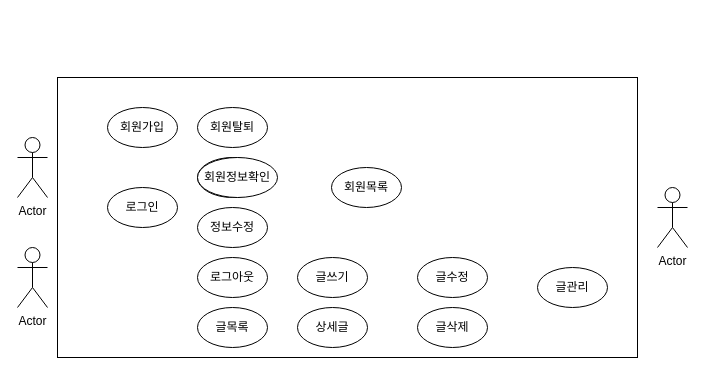
This is usecase diagram.drawio from NAMSONGYOON/html5, a draw.io file, before an edit. Source tidied: cells renumbered, new cells numbered last; positions are measured from the earlier drawing's top-left corner, leaving out a move shared by most shapes. Both pictures are drawn from the tidied source at 100%, with x=0, y=0 at pixel (17, 77).
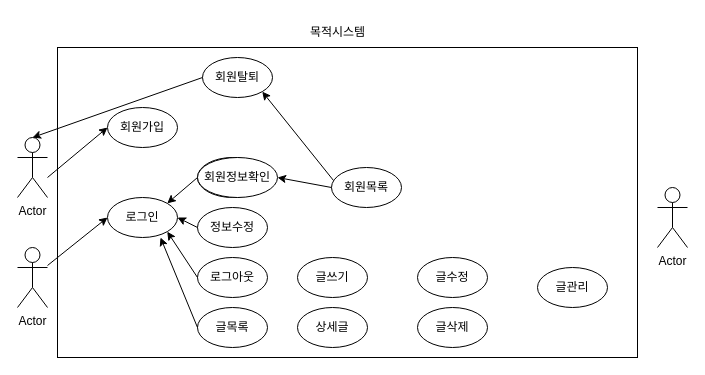
The same page after the edit.

Unchanged cells that the change refers to:
```xml
<mxCell id="2" value="Actor" style="shape=umlActor;verticalLabelPosition=bottom;verticalAlign=top;html=1;outlineConnect=0;" parent="1" vertex="1">
  <mxGeometry y="60" width="30" height="60" as="geometry" />
</mxCell>
<mxCell id="3" value="Actor" style="shape=umlActor;verticalLabelPosition=bottom;verticalAlign=top;html=1;outlineConnect=0;" parent="1" vertex="1">
  <mxGeometry y="170" width="30" height="60" as="geometry" />
</mxCell>
<mxCell id="11" value="회원정보확인" style="ellipse;whiteSpace=wrap;html=1;" parent="1" vertex="1">
  <mxGeometry x="180" y="80" width="80" height="40" as="geometry" />
</mxCell>
<mxCell id="19" value="회원목록" style="ellipse;whiteSpace=wrap;html=1;" parent="1" vertex="1">
  <mxGeometry x="314" y="90" width="70" height="40" as="geometry" />
</mxCell>
```

What changed in the source:
```diff
@@
     <mxCell id="5" style="rounded=0;whiteSpace=wrap;html=1;" parent="1" vertex="1">
-      <mxGeometry x="40" width="580" height="280" as="geometry" />
+      <mxGeometry x="40" y="-30" width="580" height="310" as="geometry" />
     </mxCell>
@@
     <mxCell id="7" value="로그인" style="ellipse;whiteSpace=wrap;html=1;" parent="1" vertex="1">
-      <mxGeometry x="90" y="110" width="70" height="40" as="geometry" />
+      <mxGeometry x="90" y="120" width="70" height="40" as="geometry" />
     </mxCell>
     <mxCell id="8" value="회원탈퇴" style="ellipse;whiteSpace=wrap;html=1;" parent="1" vertex="1">
-      <mxGeometry x="180" y="30" width="70" height="40" as="geometry" />
+      <mxGeometry x="185" y="-20" width="70" height="40" as="geometry" />
     </mxCell>
@@
+    <mxCell id="20" value="목적시스템" style="text;html=1;align=center;verticalAlign=middle;fillColor=none;strokeColor=none;rounded=0;" parent="1" vertex="1">
+      <mxGeometry x="280" y="-60" width="80" height="30" as="geometry" />
+    </mxCell>
+    <mxCell id="21" style="endArrow=classic;html=1;rounded=0;" parent="1" edge="1">
+      <mxGeometry relative="1" as="geometry">
+        <mxPoint x="30" y="100" as="sourcePoint" />
+        <mxPoint x="90" y="50" as="targetPoint" />
+      </mxGeometry>
+    </mxCell>
+    <mxCell id="22" style="endArrow=classic;html=1;rounded=0;" parent="1" edge="1" source="3">
+      <mxGeometry relative="1" as="geometry">
+        <mxPoint x="90" y="140" as="targetPoint" />
+      </mxGeometry>
+    </mxCell>
+    <mxCell id="23" style="endArrow=classic;html=1;rounded=0;entryX=0.5;entryY=0;entryDx=0;entryDy=0;entryPerimeter=0;" parent="1" edge="1" target="2">
+      <mxGeometry relative="1" as="geometry">
+        <mxPoint x="185" as="sourcePoint" />
+      </mxGeometry>
+    </mxCell>
+    <mxCell id="24" style="endArrow=classic;html=1;rounded=0;entryX=1;entryY=0;entryDx=0;entryDy=0;" parent="1" edge="1" target="7">
+      <mxGeometry relative="1" as="geometry">
+        <mxPoint x="180" y="100" as="sourcePoint" />
+      </mxGeometry>
+    </mxCell>
+    <mxCell id="25" style="endArrow=classic;html=1;rounded=0;entryX=1;entryY=0.5;entryDx=0;entryDy=0;" parent="1" edge="1" target="7">
+      <mxGeometry relative="1" as="geometry">
+        <mxPoint x="180" y="150" as="sourcePoint" />
+      </mxGeometry>
+    </mxCell>
+    <mxCell id="26" style="endArrow=classic;html=1;rounded=0;entryX=1;entryY=1;entryDx=0;entryDy=0;" parent="1" edge="1" target="7">
+      <mxGeometry relative="1" as="geometry">
+        <mxPoint x="180" y="200" as="sourcePoint" />
+      </mxGeometry>
+    </mxCell>
+    <mxCell id="27" style="endArrow=classic;html=1;rounded=0;entryX=0.757;entryY=1;entryDx=0;entryDy=0;entryPerimeter=0;" parent="1" edge="1" target="7">
+      <mxGeometry relative="1" as="geometry">
+        <mxPoint x="180" y="250" as="sourcePoint" />
+      </mxGeometry>
+    </mxCell>
+    <mxCell id="28" style="endArrow=classic;html=1;rounded=0;entryX=1;entryY=0.5;entryDx=0;entryDy=0;exitX=0;exitY=0.5;exitDx=0;exitDy=0;exitPerimeter=0;" parent="1" edge="1" source="19" target="11">
+      <mxGeometry relative="1" as="geometry" />
+    </mxCell>
+    <mxCell id="29" style="endArrow=classic;html=1;rounded=0;entryX=1;entryY=1;entryDx=0;entryDy=0;exitX=0.029;exitY=0.325;exitDx=0;exitDy=0;exitPerimeter=0;" parent="1" edge="1" source="19" target="8">
+      <mxGeometry relative="1" as="geometry" />
+    </mxCell>
```
